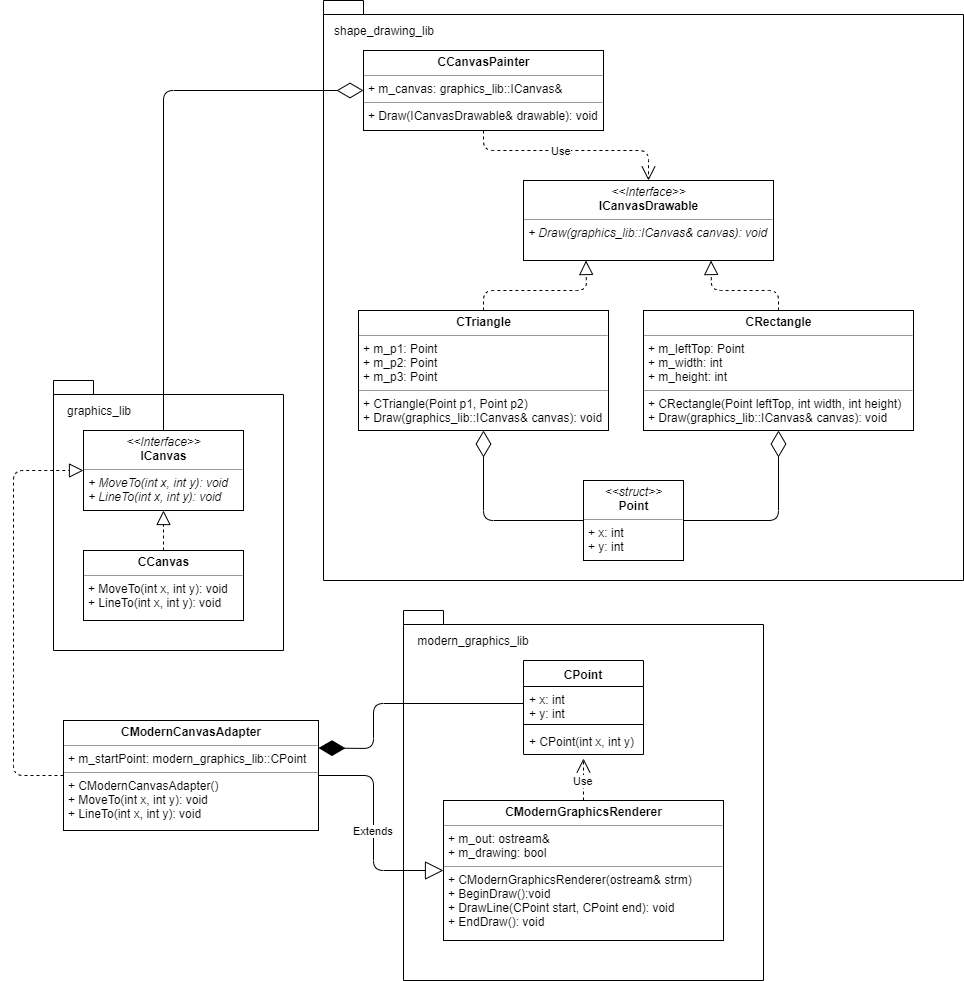
Before: lw6/ClassAdapter/UML.png, a diagram exported from draw.io (minakovuri/ood). Source tidied: cells renumbered, new cells last; positions are measured from the earlier drawing's top-left corner, leaving out a move shared by most shapes.
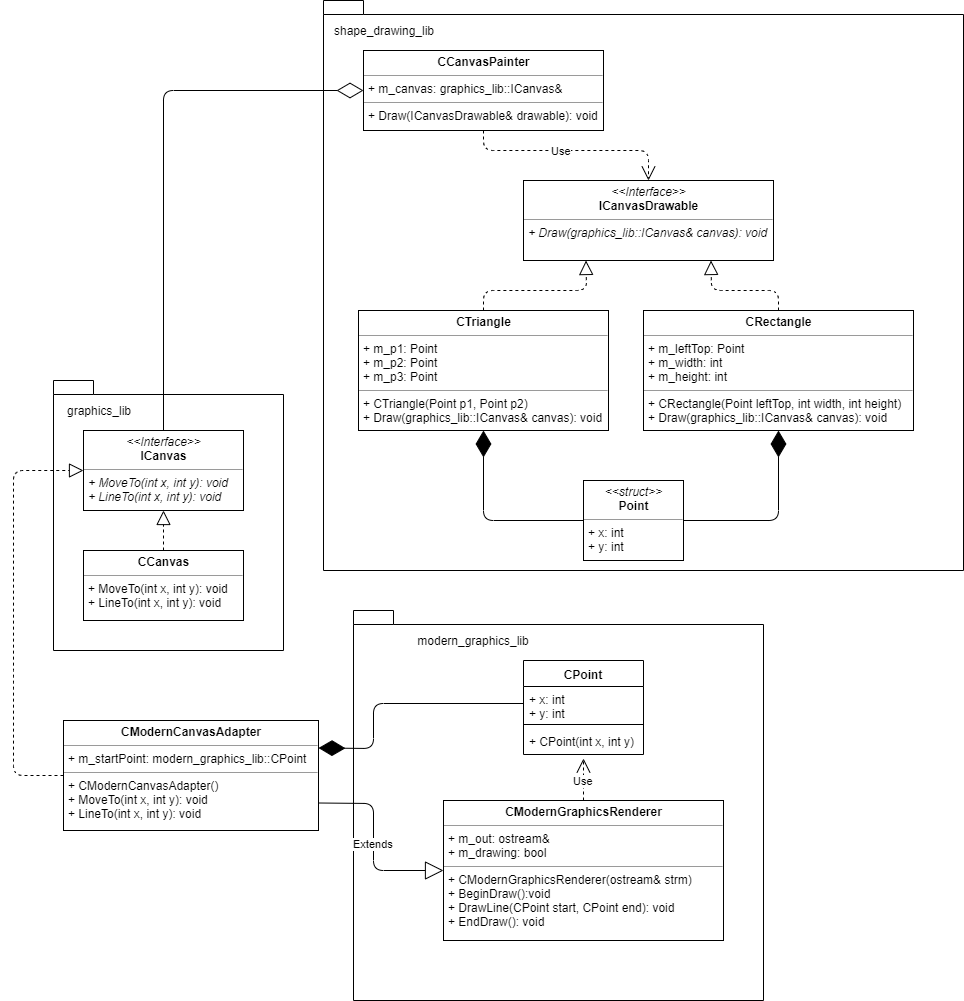
The same diagram one commit later.

Commit message:
Добавил UML диаграммы, поправил ошибки сборки

The edit, as a diff of the source:
```diff
@@ -78,13 +78,13 @@
       <mxGeometry x="50" y="400" width="70" height="20" as="geometry" />
     </mxCell>
     <mxCell id="22" style="shape=folder;fontStyle=1;spacingTop=10;tabWidth=40;tabHeight=14;tabPosition=left;html=1;fillColor=none;" parent="1" vertex="1">
-      <mxGeometry x="310" width="640" height="580" as="geometry" />
+      <mxGeometry x="310" width="640" height="570" as="geometry" />
     </mxCell>
     <mxCell id="23" value="shape_drawing_lib" style="text;html=1;strokeColor=none;fillColor=none;align=center;verticalAlign=middle;whiteSpace=wrap;rounded=0;" parent="1" vertex="1">
       <mxGeometry x="310" y="20" width="120" height="20" as="geometry" />
     </mxCell>
     <mxCell id="24" style="shape=folder;fontStyle=1;spacingTop=10;tabWidth=40;tabHeight=14;tabPosition=left;html=1;fillColor=none;" parent="1" vertex="1">
-      <mxGeometry x="390" y="610" width="360" height="370" as="geometry" />
+      <mxGeometry x="340" y="610" width="410" height="390" as="geometry" />
     </mxCell>
     <mxCell id="25" value="modern_graphics_lib" style="text;html=1;strokeColor=none;fillColor=none;align=center;verticalAlign=middle;whiteSpace=wrap;rounded=0;" parent="1" vertex="1">
       <mxGeometry x="400" y="630" width="120" height="20" as="geometry" />
@@ -99,37 +99,37 @@
         </Array>
       </mxGeometry>
     </mxCell>
+    <mxCell id="30" value="Extends" style="endArrow=block;endSize=16;endFill=0;html=1;entryX=0;entryY=0.5;entryDx=0;entryDy=0;exitX=1;exitY=0.75;exitDx=0;exitDy=0;" parent="1" edge="1" source="26" target="10">
+      <mxGeometry relative="1" as="geometry">
+        <Array as="points">
+          <mxPoint x="360" y="803" />
+          <mxPoint x="360" y="870" />
+        </Array>
+      </mxGeometry>
+    </mxCell>
+    <mxCell id="31" style="endArrow=block;dashed=1;endFill=0;endSize=12;html=1;exitX=0;exitY=0.5;exitDx=0;exitDy=0;entryX=0;entryY=0.5;entryDx=0;entryDy=0;" parent="1" edge="1" source="26" target="2">
+      <mxGeometry relative="1" as="geometry">
+        <Array as="points">
+          <mxPoint y="775" />
+          <mxPoint y="680" />
+          <mxPoint y="470" />
+        </Array>
+      </mxGeometry>
+    </mxCell>
-    <mxCell id="28" style="endArrow=diamondThin;endFill=0;endSize=24;html=1;entryX=0.5;entryY=1;entryDx=0;entryDy=0;exitX=0;exitY=0.5;exitDx=0;exitDy=0;" parent="1" edge="1" source="19" target="15">
+    <mxCell id="28" style="endArrow=diamondThin;endFill=1;endSize=24;html=1;entryX=0.5;entryY=1;entryDx=0;entryDy=0;exitX=0;exitY=0.5;exitDx=0;exitDy=0;" parent="1" edge="1" source="19" target="15">
       <mxGeometry relative="1" as="geometry">
         <Array as="points">
           <mxPoint x="470" y="520" />
         </Array>
       </mxGeometry>
     </mxCell>
-    <mxCell id="29" style="endArrow=diamondThin;endFill=0;endSize=24;html=1;entryX=0.5;entryY=1;entryDx=0;entryDy=0;exitX=1;exitY=0.5;exitDx=0;exitDy=0;" parent="1" edge="1" source="19" target="17">
+    <mxCell id="29" style="endArrow=diamondThin;endFill=1;endSize=24;html=1;entryX=0.5;entryY=1;entryDx=0;entryDy=0;exitX=1;exitY=0.5;exitDx=0;exitDy=0;" parent="1" edge="1" source="19" target="17">
       <mxGeometry relative="1" as="geometry">
         <Array as="points">
           <mxPoint x="765" y="520" />
         </Array>
       </mxGeometry>
     </mxCell>
-    <mxCell id="30" value="Extends" style="endArrow=block;endSize=16;endFill=0;html=1;entryX=0;entryY=0.5;entryDx=0;entryDy=0;exitX=1;exitY=0.5;exitDx=0;exitDy=0;" parent="1" edge="1" source="26" target="10">
-      <mxGeometry relative="1" as="geometry">
-        <Array as="points">
-          <mxPoint x="360" y="775" />
-          <mxPoint x="360" y="870" />
-        </Array>
-      </mxGeometry>
-    </mxCell>
-    <mxCell id="31" style="endArrow=block;dashed=1;endFill=0;endSize=12;html=1;exitX=0;exitY=0.5;exitDx=0;exitDy=0;entryX=0;entryY=0.5;entryDx=0;entryDy=0;" parent="1" edge="1" source="26" target="2">
-      <mxGeometry relative="1" as="geometry">
-        <Array as="points">
-          <mxPoint y="775" />
-          <mxPoint y="680" />
-          <mxPoint y="470" />
-        </Array>
-      </mxGeometry>
-    </mxCell>
     <mxCell id="32" style="endArrow=diamondThin;endFill=1;endSize=24;html=1;entryX=1;entryY=0.25;entryDx=0;entryDy=0;exitX=0;exitY=0.5;exitDx=0;exitDy=0;" parent="1" edge="1" source="7" target="26">
       <mxGeometry relative="1" as="geometry">
         <Array as="points">
```
